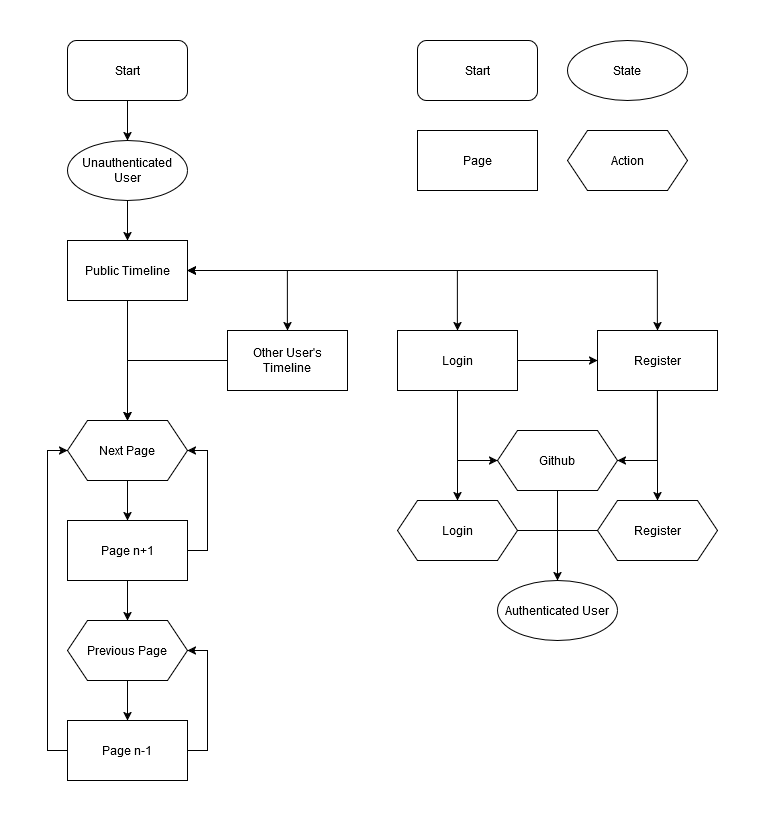
Above: docs/images/unauthUser.png in ITU-BDSA2024-GROUP3/Chirp (draw.io), before the change. Source tidied: cells renumbered, new cells last; positions are measured from the earlier drawing's top-left corner, leaving out a move shared by most shapes.
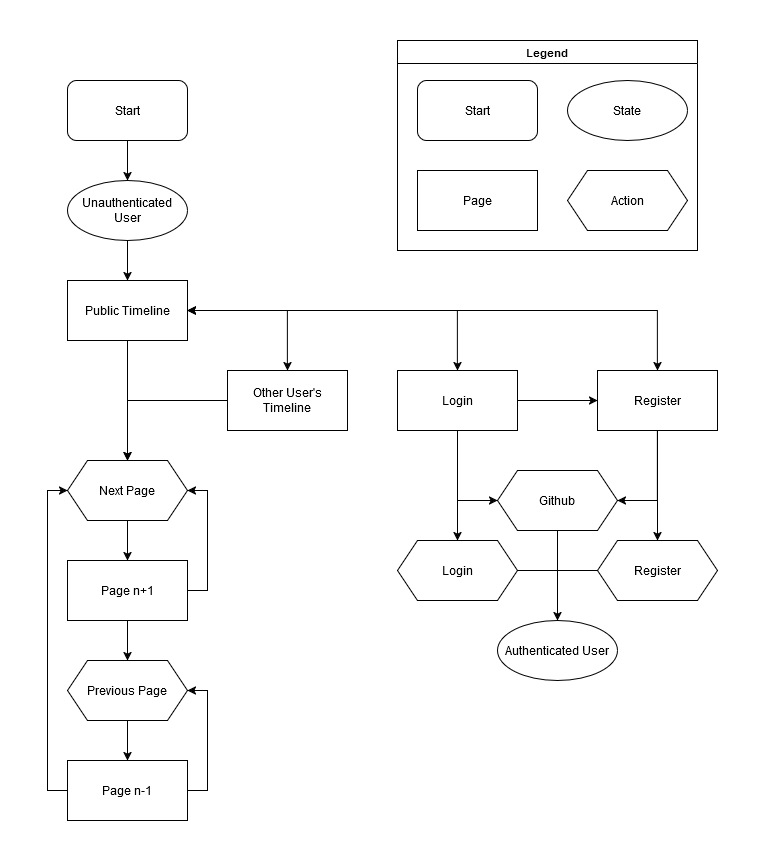
After the commit.

What changed in the source:
```diff
@@ -119,5 +119,8 @@
     <mxCell id="40" value="Action" style="shape=hexagon;perimeter=hexagonPerimeter2;whiteSpace=wrap;html=1;fixedSize=1;" parent="1" vertex="1">
       <mxGeometry x="500" y="90" width="120" height="60" as="geometry" />
     </mxCell>
+    <mxCell id="41" value="Legend" style="swimlane;whiteSpace=wrap;html=1;fontFamily=Helvetica;fontSize=11;fontColor=default;labelBackgroundColor=default;" parent="1" vertex="1">
+      <mxGeometry x="330" y="-40" width="300" height="210" as="geometry" />
+    </mxCell>
   </root>
 </mxGraphModel>
```
